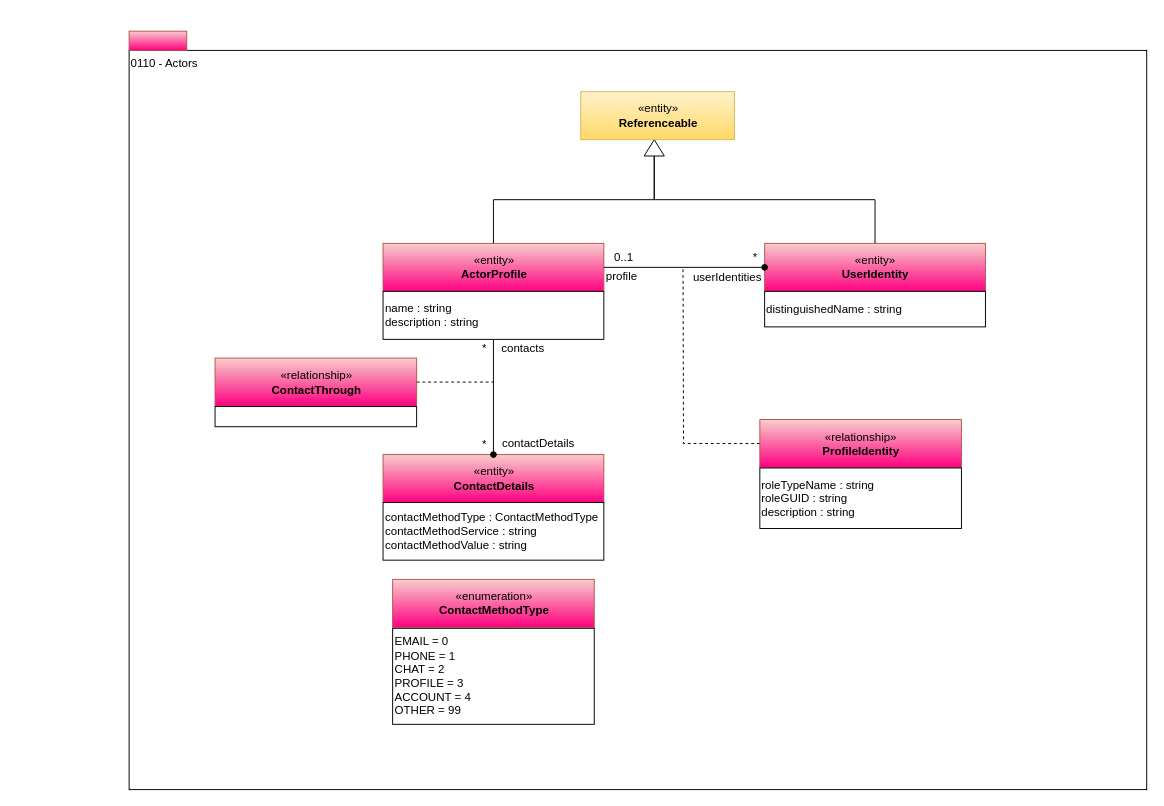
The draw.io diagram page "0110-Actors" (2 of 12) of site/docs/types/1/area-1-collaboration.drawio in odpi/egeria-docs, before the edit. Source tidied: cells renumbered, new cells numbered last; positions are measured from the earlier drawing's top-left corner, leaving out a move shared by most shapes. Both pictures are drawn from the tidied source at 96%, with x=0, y=0 at pixel (129, 31).
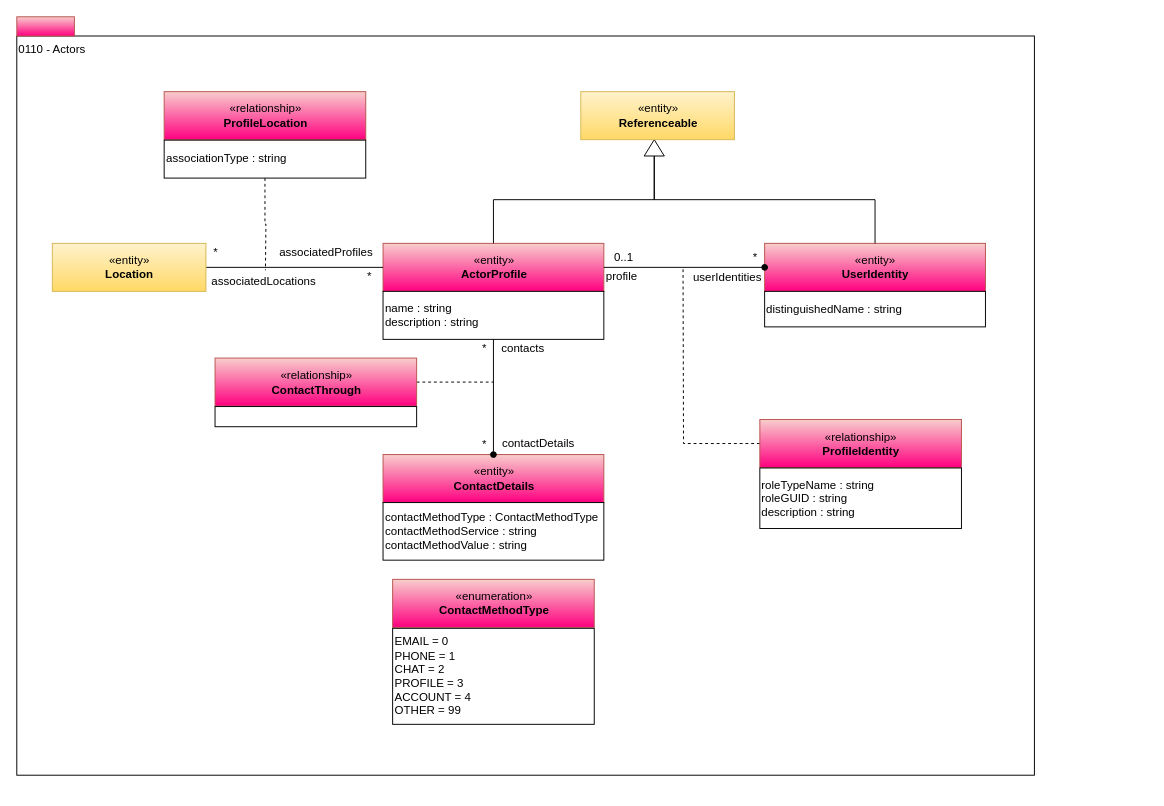
Above is the later version.

Unchanged cells that the change refers to:
```xml
<mxCell id="3" value="«entity»&lt;br&gt;&lt;b&gt;ActorProfile&lt;/b&gt;" style="html=1;strokeColor=#b85450;align=center;fillColor=#f8cecc;gradientColor=#FF0080;" parent="1" vertex="1">
  <mxGeometry x="264.5" y="221" width="230" height="50" as="geometry" />
</mxCell>
```

What changed in the source:
```diff
@@
     <mxCell id="2" value="0110 - Actors" style="rounded=0;whiteSpace=wrap;html=1;align=left;verticalAlign=top;" parent="1" vertex="1">
-      <mxGeometry y="20" width="1060" height="770" as="geometry" />
+      <mxGeometry x="-117" y="5" width="1060" height="770" as="geometry" />
     </mxCell>
@@
     <mxCell id="4" style="html=1;strokeColor=#b85450;align=center;fillColor=#f8cecc;gradientColor=#FF0080;" parent="1" vertex="1">
-      <mxGeometry width="60" height="20" as="geometry" />
+      <mxGeometry x="-117" y="-15" width="60" height="20" as="geometry" />
     </mxCell>
@@
+    <mxCell id="32" style="edgeStyle=orthogonalEdgeStyle;rounded=0;jettySize=auto;html=1;exitX=1;exitY=0.5;exitDx=0;exitDy=0;entryX=0;entryY=0.5;entryDx=0;entryDy=0;endArrow=none;endFill=0;" parent="1" edge="1" source="33" target="3">
+      <mxGeometry relative="1" as="geometry" />
+    </mxCell>
+    <mxCell id="33" value="«entity»&lt;br&gt;&lt;b&gt;Location&lt;/b&gt;" style="html=1;strokeColor=#d6b656;align=center;fillColor=#fff2cc;gradientColor=#ffd966;" parent="1" vertex="1">
+      <mxGeometry x="-80" y="221" width="160" height="50" as="geometry" />
+    </mxCell>
+    <mxCell id="34" value="«relationship»&lt;br&gt;&lt;b&gt;ProfileLocation&lt;/b&gt;" style="html=1;strokeColor=#b85450;align=center;fillColor=#f8cecc;gradientColor=#FF0080;" parent="1" vertex="1">
+      <mxGeometry x="36.5" y="63" width="210" height="50" as="geometry" />
+    </mxCell>
+    <mxCell id="35" style="edgeStyle=orthogonalEdgeStyle;rounded=0;jettySize=auto;html=1;exitX=0.5;exitY=1;exitDx=0;exitDy=0;endArrow=none;endFill=0;dashed=1;" parent="1" edge="1" source="36">
+      <mxGeometry relative="1" as="geometry">
+        <mxPoint x="142" y="249" as="targetPoint" />
+      </mxGeometry>
+    </mxCell>
+    <mxCell id="36" value="associationType : string" style="rounded=0;whiteSpace=wrap;html=1;strokeColor=#000000;gradientColor=#ffffff;align=left;" parent="1" vertex="1">
+      <mxGeometry x="36.5" y="113.5" width="210" height="39.5" as="geometry" />
+    </mxCell>
+    <mxCell id="37" value="associatedLocations" style="text;html=1;align=center;verticalAlign=middle;strokeColor=none;fillColor=none;" parent="1" vertex="1">
+      <mxGeometry x="80" y="251" width="120" height="20" as="geometry" />
+    </mxCell>
+    <mxCell id="38" value="associatedProfiles" style="text;html=1;align=center;verticalAlign=middle;strokeColor=none;fillColor=none;" parent="1" vertex="1">
+      <mxGeometry x="150" y="221" width="110" height="20" as="geometry" />
+    </mxCell>
+    <mxCell id="39" value="*" style="text;html=1;align=center;verticalAlign=middle;strokeColor=none;fillColor=none;" parent="1" vertex="1">
+      <mxGeometry x="80" y="221" width="20" height="20" as="geometry" />
+    </mxCell>
+    <mxCell id="40" value="*" style="text;html=1;align=center;verticalAlign=middle;strokeColor=none;fillColor=none;" parent="1" vertex="1">
+      <mxGeometry x="240" y="246" width="20" height="20" as="geometry" />
+    </mxCell>
```
